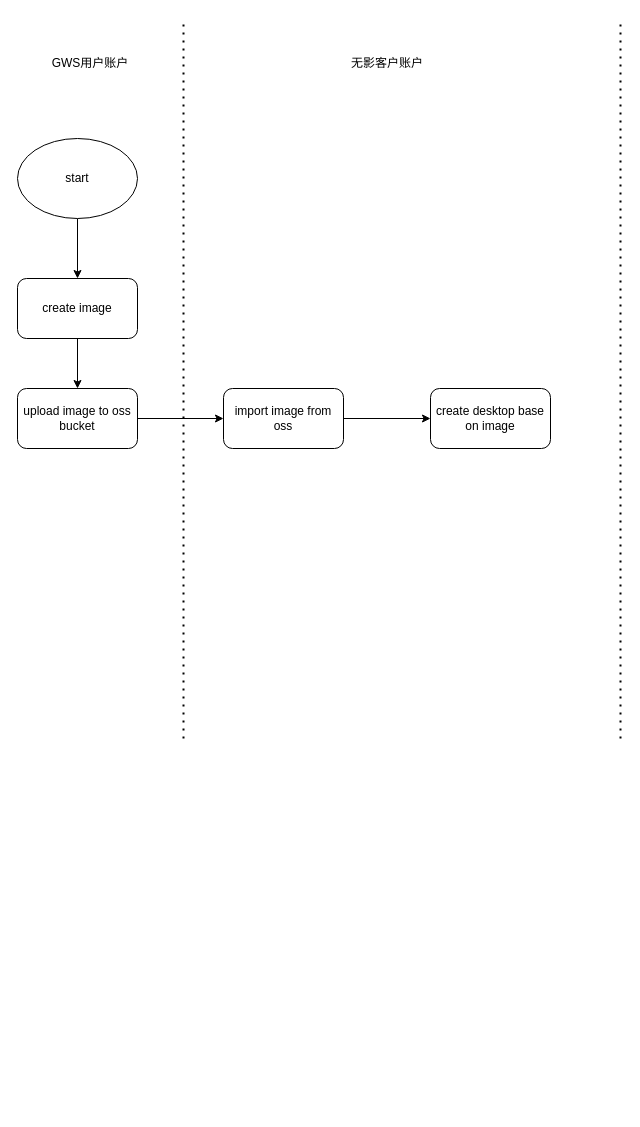
NJGehe/drawIO keeps this draw.io diagram as gws_migration.drawio. Above is the earlier version. Source tidied: cells renumbered, new cells numbered last; positions are measured from the earlier drawing's top-left corner, leaving out a move shared by most shapes. Both pictures are drawn from the tidied source at 100%, with x=0, y=0 at pixel (17, 18).
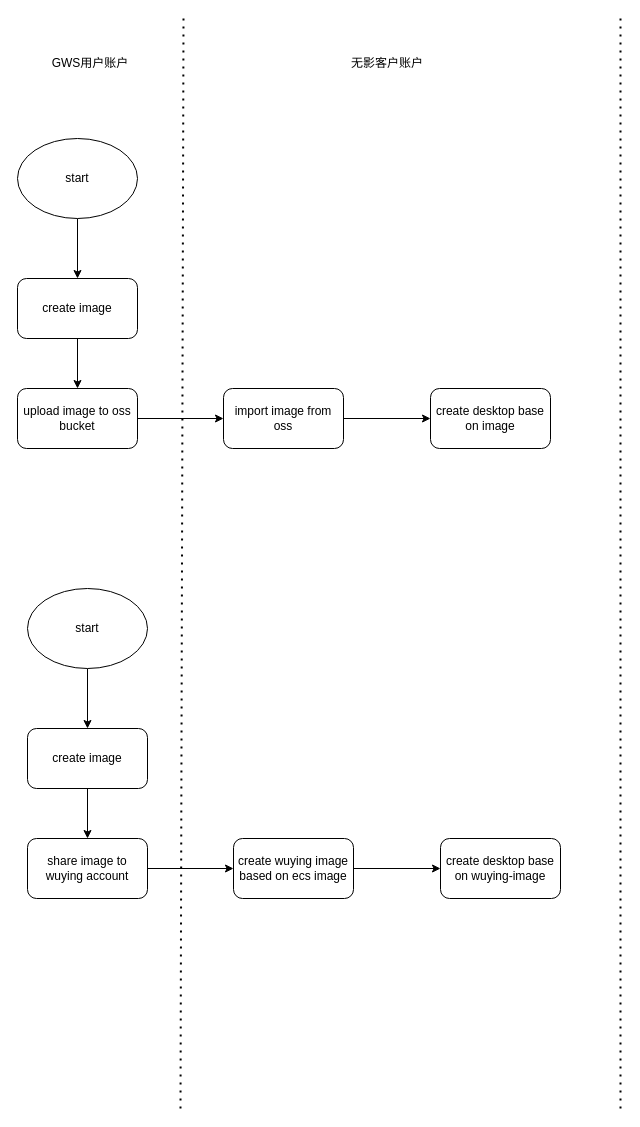
After the change.

What changed in the source:
```diff
@@
     <mxCell id="11" style="endArrow=none;dashed=1;html=1;dashPattern=1 3;strokeWidth=2;rounded=0;" parent="1" edge="1">
       <mxGeometry relative="1" as="geometry">
-        <mxPoint x="166" y="720" as="sourcePoint" />
+        <mxPoint x="163" y="1090" as="sourcePoint" />
         <mxPoint x="166" as="targetPoint" />
       </mxGeometry>
     </mxCell>
@@
     <mxCell id="14" style="endArrow=none;dashed=1;html=1;dashPattern=1 3;strokeWidth=2;rounded=0;" parent="1" edge="1">
       <mxGeometry relative="1" as="geometry">
-        <mxPoint x="603" y="720" as="sourcePoint" />
+        <mxPoint x="603" y="1090" as="sourcePoint" />
         <mxPoint x="603" as="targetPoint" />
       </mxGeometry>
     </mxCell>
+    <mxCell id="15" style="edgeStyle=orthogonalEdgeStyle;rounded=0;jettySize=auto;html=1;" parent="1" edge="1" source="16" target="18">
+      <mxGeometry relative="1" as="geometry" />
+    </mxCell>
+    <mxCell id="16" value="start" style="ellipse;whiteSpace=wrap;html=1;" parent="1" vertex="1">
+      <mxGeometry x="10" y="570" width="120" height="80" as="geometry" />
+    </mxCell>
+    <mxCell id="17" style="edgeStyle=orthogonalEdgeStyle;rounded=0;jettySize=auto;html=1;" parent="1" edge="1" source="18" target="20">
+      <mxGeometry relative="1" as="geometry" />
+    </mxCell>
+    <mxCell id="18" value="create image" style="rounded=1;whiteSpace=wrap;html=1;" parent="1" vertex="1">
+      <mxGeometry x="10" y="710" width="120" height="60" as="geometry" />
+    </mxCell>
+    <mxCell id="19" style="edgeStyle=orthogonalEdgeStyle;rounded=0;jettySize=auto;html=1;" parent="1" edge="1" source="20" target="22">
+      <mxGeometry relative="1" as="geometry" />
+    </mxCell>
+    <mxCell id="20" value="share image to wuying account" style="rounded=1;whiteSpace=wrap;html=1;" parent="1" vertex="1">
+      <mxGeometry x="10" y="820" width="120" height="60" as="geometry" />
+    </mxCell>
+    <mxCell id="21" style="edgeStyle=orthogonalEdgeStyle;rounded=0;jettySize=auto;html=1;" parent="1" edge="1" source="22" target="23">
+      <mxGeometry relative="1" as="geometry" />
+    </mxCell>
+    <mxCell id="22" value="create wuying image based on ecs image" style="rounded=1;whiteSpace=wrap;html=1;" parent="1" vertex="1">
+      <mxGeometry x="216" y="820" width="120" height="60" as="geometry" />
+    </mxCell>
+    <mxCell id="23" value="create desktop base on wuying-image" style="rounded=1;whiteSpace=wrap;html=1;" parent="1" vertex="1">
+      <mxGeometry x="423" y="820" width="120" height="60" as="geometry" />
+    </mxCell>
```
